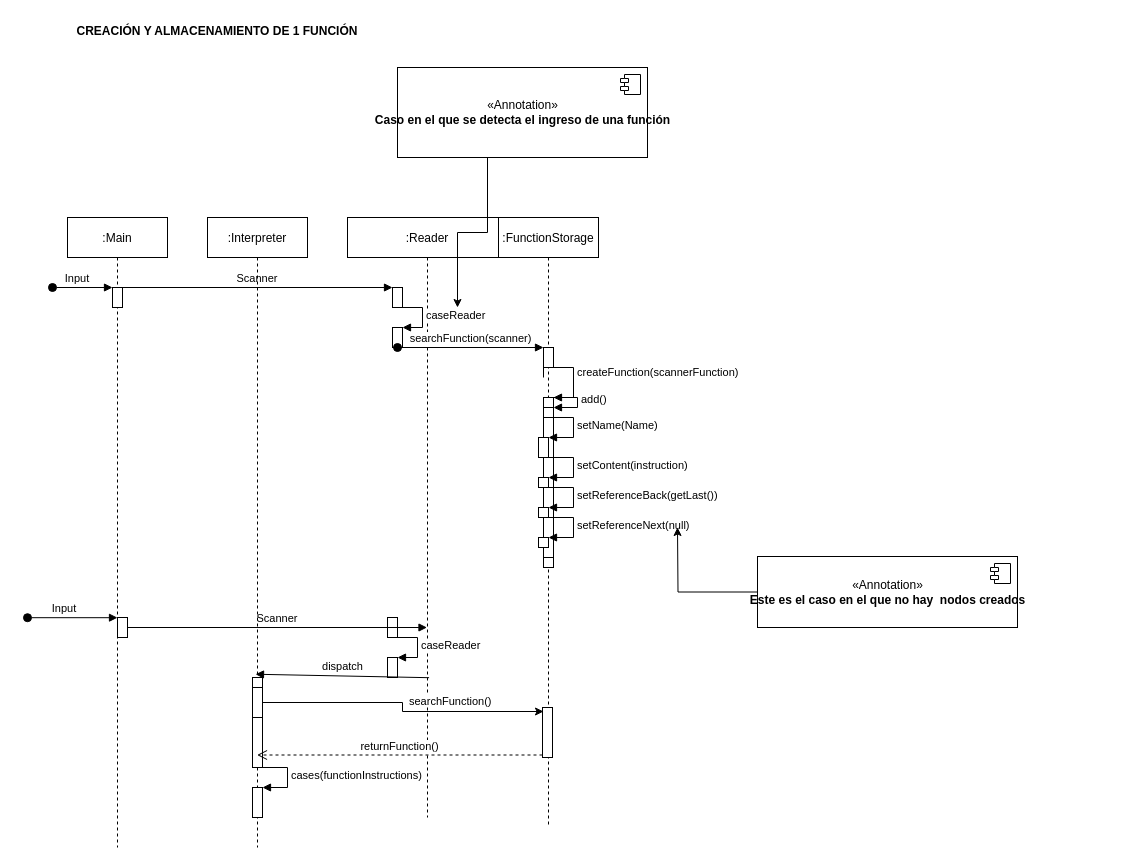
The draw.io diagram SequenceDiagram.drawio in DiggsPapu/Proyect1_Lisp_Interpreter, before the edit. Source tidied: cells renumbered, new cells numbered last; positions are measured from the earlier drawing's top-left corner, leaving out a move shared by most shapes. Both pictures are drawn from the tidied source at 100%, with x=0, y=0 at pixel (27, 17).
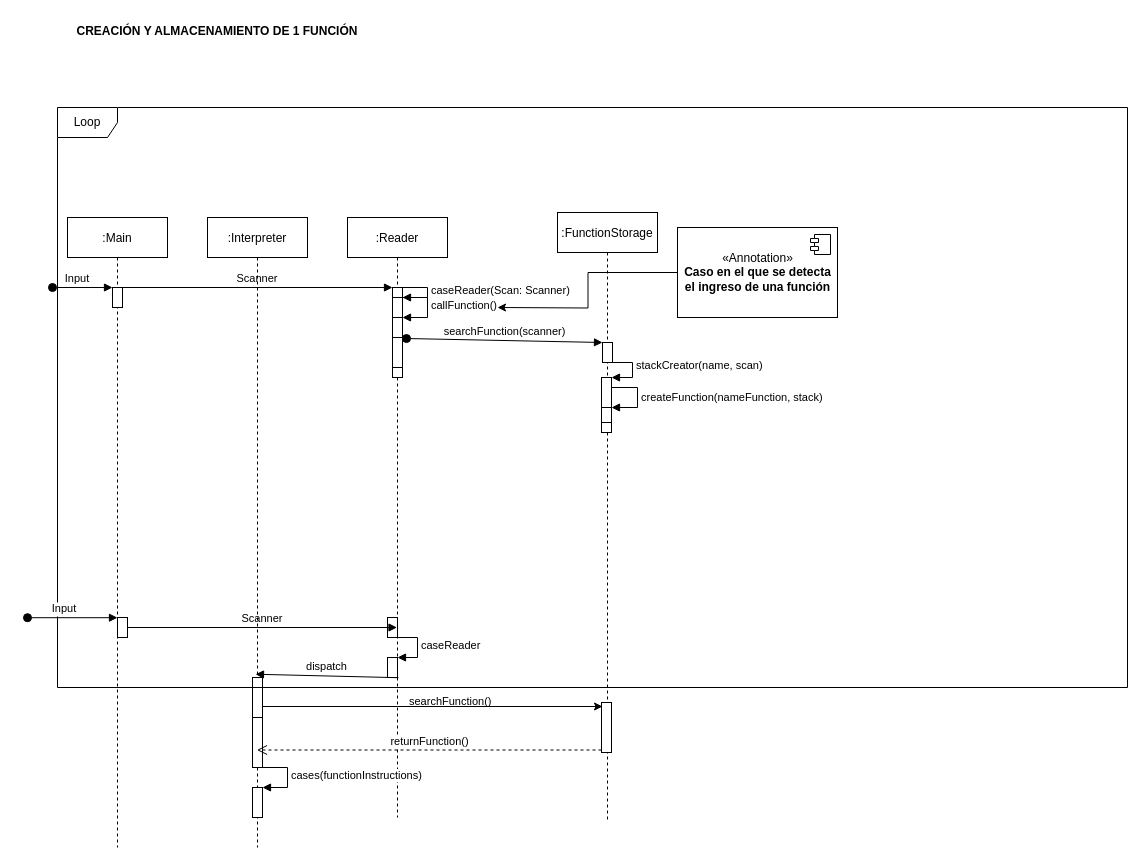
After the change.

The change refers to these unchanged cells:
```xml
<mxCell id="16" style="html=1;points=[];perimeter=orthogonalPerimeter;" parent="13" vertex="1">
  <mxGeometry x="45" y="130" width="10" height="20" as="geometry" />
</mxCell>
<mxCell id="26" style="html=1;points=[];perimeter=orthogonalPerimeter;" parent="13" vertex="1">
  <mxGeometry x="44" y="490" width="10" height="50" as="geometry" />
</mxCell>
<mxCell id="45" style="points=[];perimeter=orthogonalPerimeter;rounded=0;shadow=0;strokeWidth=1;" parent="41" vertex="1">
  <mxGeometry x="45" y="470" width="10" height="30" as="geometry" />
</mxCell>
```

The edit, as a diff of the source:
```diff
@@
+    <mxCell id="48" value="Loop" style="shape=umlFrame;whiteSpace=wrap;html=1;" parent="1" vertex="1">
+      <mxGeometry x="30" y="90" width="1070" height="580" as="geometry" />
+    </mxCell>
@@
     <mxCell id="7" value=":Reader" style="shape=umlLifeline;perimeter=lifelinePerimeter;rounded=0;shadow=0;strokeWidth=1;" parent="1" vertex="1">
-      <mxGeometry x="320" y="200" width="160" height="600" as="geometry" />
+      <mxGeometry x="320" y="200" width="100" height="600" as="geometry" />
     </mxCell>
     <mxCell id="8" style="points=[];perimeter=orthogonalPerimeter;rounded=0;shadow=0;strokeWidth=1;" parent="7" vertex="1">
-      <mxGeometry x="45" y="70" width="10" height="20" as="geometry" />
+      <mxGeometry x="45" y="70" width="10" height="90" as="geometry" />
     </mxCell>
     <mxCell id="9" style="html=1;points=[];perimeter=orthogonalPerimeter;" parent="7" vertex="1">
-      <mxGeometry x="45" y="110" width="10" height="20" as="geometry" />
+      <mxGeometry x="45" y="120" width="10" height="10" as="geometry" />
     </mxCell>
-    <mxCell id="10" value="caseReader" style="edgeStyle=orthogonalEdgeStyle;html=1;align=left;spacingLeft=2;endArrow=block;rounded=0;entryX=1;entryY=0;" parent="7" edge="1" target="9">
-      <mxGeometry relative="1" as="geometry">
-        <mxPoint x="50" y="90" as="sourcePoint" />
-        <Array as="points">
-          <mxPoint x="75" y="90" />
-          <mxPoint x="75" y="110" />
-        </Array>
-      </mxGeometry>
-    </mxCell>
@@
+    <mxCell id="49" style="html=1;points=[];perimeter=orthogonalPerimeter;" parent="7" vertex="1">
+      <mxGeometry x="45" y="80" width="10" height="70" as="geometry" />
+    </mxCell>
+    <mxCell id="50" value="caseReader(Scan: Scanner)" style="edgeStyle=orthogonalEdgeStyle;html=1;align=left;spacingLeft=2;endArrow=block;rounded=0;entryX=1;entryY=0;" parent="7" edge="1" target="49">
+      <mxGeometry relative="1" as="geometry">
+        <mxPoint x="50" y="70" as="sourcePoint" />
+        <Array as="points">
+          <mxPoint x="80" y="70" />
+        </Array>
+      </mxGeometry>
+    </mxCell>
+    <mxCell id="51" style="html=1;points=[];perimeter=orthogonalPerimeter;" parent="7" vertex="1">
+      <mxGeometry x="45" y="100" width="10" height="20" as="geometry" />
+    </mxCell>
+    <mxCell id="52" value="callFunction()" style="edgeStyle=orthogonalEdgeStyle;html=1;align=left;spacingLeft=2;endArrow=block;rounded=0;entryX=1;entryY=0;" parent="7" edge="1" target="51">
+      <mxGeometry relative="1" as="geometry">
+        <mxPoint x="50" y="80" as="sourcePoint" />
+        <Array as="points">
+          <mxPoint x="80" y="80" />
+        </Array>
+      </mxGeometry>
+    </mxCell>
@@
     <mxCell id="13" value=":FunctionStorage" style="shape=umlLifeline;perimeter=lifelinePerimeter;rounded=0;shadow=0;strokeWidth=1;" parent="1" vertex="1">
-      <mxGeometry x="471" y="200" width="100" height="610" as="geometry" />
+      <mxGeometry x="530" y="195" width="100" height="610" as="geometry" />
     </mxCell>
     <mxCell id="14" style="html=1;points=[];perimeter=orthogonalPerimeter;" parent="13" vertex="1">
-      <mxGeometry x="45" y="180" width="10" height="170" as="geometry" />
+      <mxGeometry x="44" y="165" width="10" height="55" as="geometry" />
     </mxCell>
-    <mxCell id="15" style="html=1;points=[];perimeter=orthogonalPerimeter;" parent="13" vertex="1">
-      <mxGeometry x="45" y="190" width="10" height="150" as="geometry" />
-    </mxCell>
@@
-    <mxCell id="17" value="createFunction(scannerFunction)" style="edgeStyle=orthogonalEdgeStyle;html=1;align=left;spacingLeft=2;endArrow=block;rounded=0;entryX=1;entryY=0;" parent="13" edge="1" target="14">
+    <mxCell id="17" value="stackCreator(name, scan)" style="edgeStyle=orthogonalEdgeStyle;html=1;align=left;spacingLeft=2;endArrow=block;rounded=0;entryX=1;entryY=0;" parent="13" edge="1" target="14">
       <mxGeometry relative="1" as="geometry">
-        <mxPoint x="45" y="160" as="sourcePoint" />
+        <mxPoint x="45" y="150" as="sourcePoint" />
         <Array as="points">
-          <mxPoint x="45" y="150" />
           <mxPoint x="75" y="150" />
-          <mxPoint x="75" y="180" />
+          <mxPoint x="75" y="165" />
         </Array>
       </mxGeometry>
     </mxCell>
-    <mxCell id="18" style="html=1;points=[];perimeter=orthogonalPerimeter;" parent="13" vertex="1">
-      <mxGeometry x="40" y="220" width="10" height="20" as="geometry" />
-    </mxCell>
-    <mxCell id="19" value="setName(Name)" style="edgeStyle=orthogonalEdgeStyle;html=1;align=left;spacingLeft=2;endArrow=block;rounded=0;entryX=1;entryY=0;" parent="13" edge="1" target="18">
-      <mxGeometry relative="1" as="geometry">
-        <mxPoint x="45" y="200" as="sourcePoint" />
-        <Array as="points">
-          <mxPoint x="75" y="200" />
-        </Array>
-      </mxGeometry>
-    </mxCell>
-    <mxCell id="20" style="html=1;points=[];perimeter=orthogonalPerimeter;" parent="13" vertex="1">
-      <mxGeometry x="40" y="260" width="10" height="10" as="geometry" />
-    </mxCell>
-    <mxCell id="21" value="setContent(instruction)" style="edgeStyle=orthogonalEdgeStyle;html=1;align=left;spacingLeft=2;endArrow=block;rounded=0;entryX=1;entryY=0;" parent="13" edge="1" target="20">
-      <mxGeometry relative="1" as="geometry">
-        <mxPoint x="45" y="240" as="sourcePoint" />
-        <Array as="points">
-          <mxPoint x="75" y="240" />
-        </Array>
-      </mxGeometry>
-    </mxCell>
-    <mxCell id="22" style="html=1;points=[];perimeter=orthogonalPerimeter;" parent="13" vertex="1">
-      <mxGeometry x="40" y="290" width="10" height="10" as="geometry" />
-    </mxCell>
-    <mxCell id="23" value="setReferenceBack(getLast())" style="edgeStyle=orthogonalEdgeStyle;html=1;align=left;spacingLeft=2;endArrow=block;rounded=0;entryX=1;entryY=0;" parent="13" edge="1" target="22">
-      <mxGeometry relative="1" as="geometry">
-        <mxPoint x="45" y="270" as="sourcePoint" />
-        <Array as="points">
-          <mxPoint x="75" y="270" />
-        </Array>
-      </mxGeometry>
-    </mxCell>
-    <mxCell id="24" style="html=1;points=[];perimeter=orthogonalPerimeter;" parent="13" vertex="1">
-      <mxGeometry x="40" y="320" width="10" height="10" as="geometry" />
-    </mxCell>
-    <mxCell id="25" value="setReferenceNext(null)" style="edgeStyle=orthogonalEdgeStyle;html=1;align=left;spacingLeft=2;endArrow=block;rounded=0;entryX=1;entryY=0;" parent="13" edge="1" target="24">
-      <mxGeometry relative="1" as="geometry">
-        <mxPoint x="45" y="300" as="sourcePoint" />
-        <Array as="points">
-          <mxPoint x="75" y="300" />
-        </Array>
-      </mxGeometry>
-    </mxCell>
@@
+    <mxCell id="53" style="html=1;points=[];perimeter=orthogonalPerimeter;" parent="13" vertex="1">
+      <mxGeometry x="44" y="195" width="10" height="15" as="geometry" />
+    </mxCell>
+    <mxCell id="54" value="createFunction(nameFunction, stack)" style="edgeStyle=orthogonalEdgeStyle;html=1;align=left;spacingLeft=2;endArrow=block;rounded=0;entryX=1;entryY=0;" parent="13" edge="1" target="53">
+      <mxGeometry relative="1" as="geometry">
+        <mxPoint x="54" y="175" as="sourcePoint" />
+        <Array as="points">
+          <mxPoint x="80" y="175" />
+          <mxPoint x="80" y="195" />
+        </Array>
+      </mxGeometry>
+    </mxCell>
-    <mxCell id="27" value="searchFunction(scanner)" style="html=1;verticalAlign=bottom;startArrow=oval;endArrow=block;startSize=8;rounded=0;" parent="1" edge="1" target="16">
-      <mxGeometry relative="1" as="geometry">
-        <mxPoint x="370" y="330" as="sourcePoint" />
-      </mxGeometry>
+    <mxCell id="27" value="searchFunction(scanner)" style="html=1;verticalAlign=bottom;startArrow=oval;endArrow=block;startSize=8;rounded=0;exitX=1.4;exitY=0.586;exitDx=0;exitDy=0;exitPerimeter=0;" parent="1" edge="1" source="49" target="16">
+      <mxGeometry relative="1" as="geometry" />
     </mxCell>
-    <mxCell id="28" style="edgeStyle=orthogonalEdgeStyle;rounded=0;jettySize=auto;html=1;" parent="1" edge="1" source="29">
-      <mxGeometry relative="1" as="geometry">
-        <mxPoint x="430" y="290" as="targetPoint" />
-        <Array as="points">
-          <mxPoint x="460" y="215" />
-          <mxPoint x="430" y="215" />
-        </Array>
-      </mxGeometry>
-    </mxCell>
+    <mxCell id="55" style="edgeStyle=orthogonalEdgeStyle;rounded=0;jettySize=auto;html=1;" parent="1" edge="1" source="29">
+      <mxGeometry relative="1" as="geometry">
+        <mxPoint x="470" y="290" as="targetPoint" />
+      </mxGeometry>
+    </mxCell>
-    <mxCell id="29" value="«Annotation»&lt;br&gt;&lt;b&gt;Caso en el que se detecta el ingreso de una función&lt;/b&gt;" style="html=1;" parent="1" vertex="1">
-      <mxGeometry x="370" y="50" width="250" height="90" as="geometry" />
+    <mxCell id="29" value="«Annotation»&lt;br&gt;&lt;b&gt;Caso en el que se detecta &lt;br&gt;el ingreso de una función&lt;/b&gt;" style="html=1;" parent="1" vertex="1">
+      <mxGeometry x="650" y="210" width="160" height="90" as="geometry" />
     </mxCell>
@@
-    <mxCell id="31" value="add()" style="edgeStyle=orthogonalEdgeStyle;html=1;align=left;spacingLeft=2;endArrow=block;rounded=0;entryX=1;entryY=0;" parent="1" edge="1" target="15">
-      <mxGeometry relative="1" as="geometry">
-        <mxPoint x="520" y="380" as="sourcePoint" />
-        <Array as="points">
-          <mxPoint x="550" y="380" />
-          <mxPoint x="550" y="390" />
-        </Array>
-      </mxGeometry>
-    </mxCell>
-    <mxCell id="32" style="edgeStyle=orthogonalEdgeStyle;rounded=0;jettySize=auto;html=1;" parent="1" edge="1" source="33">
-      <mxGeometry relative="1" as="geometry">
-        <mxPoint x="650" y="510" as="targetPoint" />
-      </mxGeometry>
-    </mxCell>
-    <mxCell id="33" value="«Annotation»&lt;br&gt;&lt;b&gt;Este es el caso en el que no hay&amp;nbsp; nodos creados&lt;/b&gt;" style="html=1;" parent="1" vertex="1">
-      <mxGeometry x="730" y="539" width="260" height="71" as="geometry" />
-    </mxCell>
-    <mxCell id="34" style="shape=module;jettyWidth=8;jettyHeight=4;" parent="33" vertex="1">
-      <mxGeometry x="1" width="20" height="20" relative="1" as="geometry">
-        <mxPoint x="-27" y="7" as="offset" />
-      </mxGeometry>
-    </mxCell>
@@
     <mxCell id="47" style="edgeStyle=orthogonalEdgeStyle;rounded=0;jettySize=auto;html=1;entryX=0.1;entryY=0.08;entryDx=0;entryDy=0;entryPerimeter=0;" parent="1" edge="1" source="45" target="26">
-      <mxGeometry relative="1" as="geometry" />
+      <mxGeometry relative="1" as="geometry">
+        <Array as="points">
+          <mxPoint x="370" y="689" />
+          <mxPoint x="370" y="689" />
+        </Array>
+      </mxGeometry>
     </mxCell>
```
